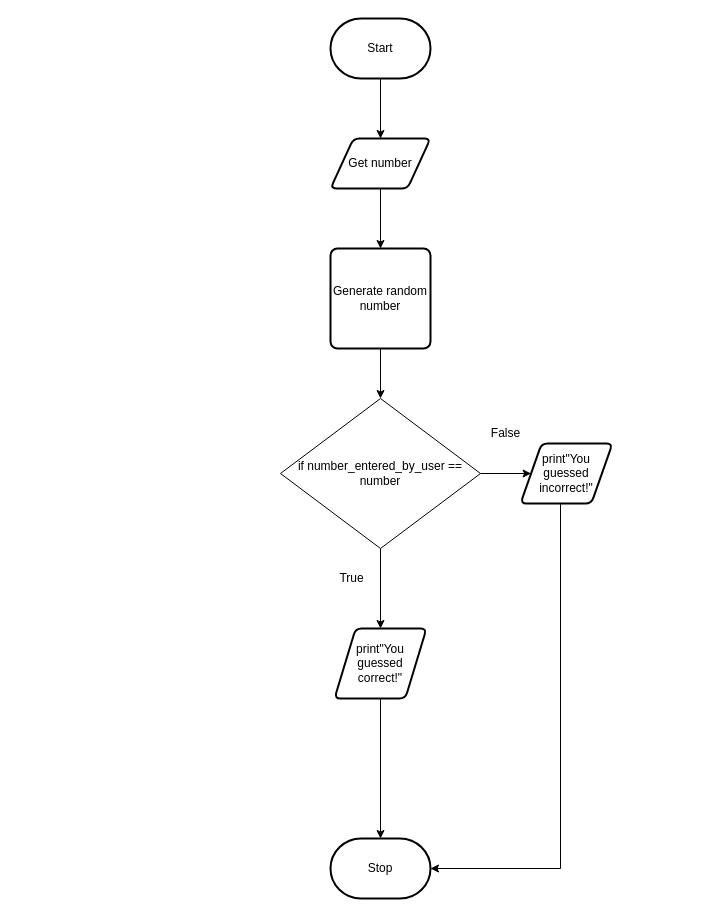
Above: flowchart.drawio in michael-clermont1/ICS3U-Unit3-08-Python (draw.io), before the change. Source tidied: cells renumbered, new cells numbered last; positions are measured from the earlier drawing's top-left corner, leaving out a move shared by most shapes. Both pictures are drawn from the tidied source at 100%, with x=0, y=0 at pixel (280, 18).
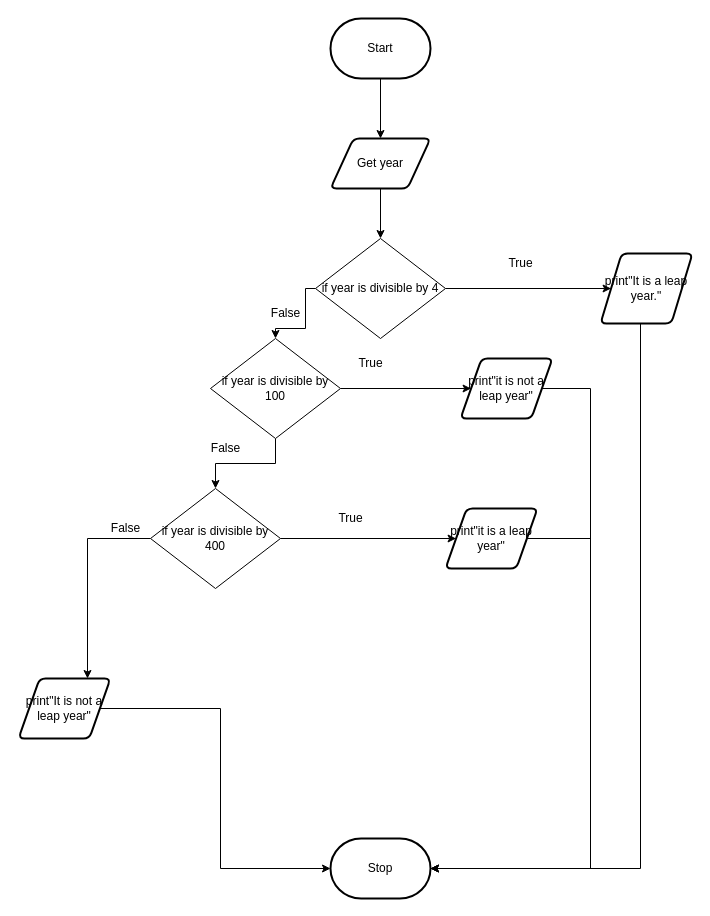
After the change.

The change refers to these unchanged cells:
```xml
<mxCell id="5" value="Start" style="strokeWidth=2;html=1;shape=mxgraph.flowchart.terminator;whiteSpace=wrap;" parent="1" vertex="1">
  <mxGeometry x="50" width="100" height="60" as="geometry" />
</mxCell>
<mxCell id="6" value="Stop" style="strokeWidth=2;html=1;shape=mxgraph.flowchart.terminator;whiteSpace=wrap;" parent="1" vertex="1">
  <mxGeometry x="50" y="820" width="100" height="60" as="geometry" />
</mxCell>
```

The edit, as a diff of the source:
```diff
@@
-    <mxCell id="2" style="edgeStyle=orthogonalEdgeStyle;rounded=0;html=1;exitX=0.5;exitY=1;exitDx=0;exitDy=0;entryX=0.5;entryY=0;entryDx=0;entryDy=0;" parent="1" edge="1" source="3" target="17">
-      <mxGeometry relative="1" as="geometry" />
-    </mxCell>
+    <mxCell id="18" style="edgeStyle=orthogonalEdgeStyle;rounded=0;html=1;entryX=0.5;entryY=0;entryDx=0;entryDy=0;" parent="1" edge="1" source="3" target="13">
+      <mxGeometry relative="1" as="geometry" />
+    </mxCell>
-    <mxCell id="3" value="Get number" style="shape=parallelogram;html=1;strokeWidth=2;perimeter=parallelogramPerimeter;whiteSpace=wrap;rounded=1;arcSize=12;size=0.23;" parent="1" vertex="1">
+    <mxCell id="3" value="Get year" style="shape=parallelogram;html=1;strokeWidth=2;perimeter=parallelogramPerimeter;whiteSpace=wrap;rounded=1;arcSize=12;size=0.23;" parent="1" vertex="1">
       <mxGeometry x="50" y="120" width="100" height="50" as="geometry" />
     </mxCell>
-    <mxCell id="4" style="edgeStyle=orthogonalEdgeStyle;rounded=0;html=1;entryX=0.5;entryY=0;entryDx=0;entryDy=0;" parent="1" edge="1" source="5" target="3">
+    <mxCell id="4" style="edgeStyle=orthogonalEdgeStyle;rounded=0;html=1;" parent="1" edge="1" source="5" target="3">
       <mxGeometry relative="1" as="geometry" />
     </mxCell>
@@
-    <mxCell id="7" style="edgeStyle=orthogonalEdgeStyle;rounded=0;html=1;entryX=0.5;entryY=0;entryDx=0;entryDy=0;entryPerimeter=0;" parent="1" edge="1" source="8" target="6">
-      <mxGeometry relative="1" as="geometry" />
-    </mxCell>
-    <mxCell id="8" value="print&quot;You guessed correct!&quot;" style="shape=parallelogram;html=1;strokeWidth=2;perimeter=parallelogramPerimeter;whiteSpace=wrap;rounded=1;arcSize=12;size=0.23;" parent="1" vertex="1">
-      <mxGeometry x="54" y="610" width="92" height="70" as="geometry" />
-    </mxCell>
-    <mxCell id="9" style="edgeStyle=orthogonalEdgeStyle;rounded=0;html=1;entryX=1;entryY=0.5;entryDx=0;entryDy=0;entryPerimeter=0;" parent="1" edge="1" source="10" target="6">
-      <mxGeometry relative="1" as="geometry">
-        <Array as="points">
-          <mxPoint x="280" y="850" />
-        </Array>
-      </mxGeometry>
+    <mxCell id="9" style="edgeStyle=orthogonalEdgeStyle;rounded=0;html=1;entryX=0;entryY=0.5;entryDx=0;entryDy=0;entryPerimeter=0;" parent="1" edge="1" source="10" target="6">
+      <mxGeometry relative="1" as="geometry" />
     </mxCell>
-    <mxCell id="10" value="print&quot;You guessed incorrect!&quot;" style="shape=parallelogram;html=1;strokeWidth=2;perimeter=parallelogramPerimeter;whiteSpace=wrap;rounded=1;arcSize=12;size=0.23;" parent="1" vertex="1">
-      <mxGeometry x="240" y="425" width="92" height="60" as="geometry" />
+    <mxCell id="10" value="print&quot;It is not a leap year&quot;" style="shape=parallelogram;html=1;strokeWidth=2;perimeter=parallelogramPerimeter;whiteSpace=wrap;rounded=1;arcSize=12;size=0.23;" parent="1" vertex="1">
+      <mxGeometry x="-262" y="660" width="92" height="60" as="geometry" />
     </mxCell>
-    <mxCell id="11" style="edgeStyle=none;html=1;entryX=0.5;entryY=0;entryDx=0;entryDy=0;" parent="1" edge="1" source="13" target="8">
-      <mxGeometry relative="1" as="geometry" />
-    </mxCell>
-    <mxCell id="12" style="edgeStyle=orthogonalEdgeStyle;html=1;entryX=0;entryY=0.5;entryDx=0;entryDy=0;" parent="1" edge="1" source="13" target="10">
-      <mxGeometry relative="1" as="geometry" />
-    </mxCell>
+    <mxCell id="19" style="edgeStyle=orthogonalEdgeStyle;rounded=0;html=1;entryX=0;entryY=0.5;entryDx=0;entryDy=0;" parent="1" edge="1" source="13" target="34">
+      <mxGeometry relative="1" as="geometry" />
+    </mxCell>
+    <mxCell id="20" style="edgeStyle=orthogonalEdgeStyle;rounded=0;html=1;entryX=0.5;entryY=0;entryDx=0;entryDy=0;" parent="1" edge="1" source="13" target="23">
+      <mxGeometry relative="1" as="geometry">
+        <Array as="points">
+          <mxPoint x="25" y="270" />
+          <mxPoint x="25" y="310" />
+          <mxPoint x="-5" y="310" />
+        </Array>
+      </mxGeometry>
+    </mxCell>
-    <mxCell id="13" value="&lt;span&gt;if number_entered_by_user == number&lt;/span&gt;" style="rhombus;whiteSpace=wrap;html=1;" parent="1" vertex="1">
-      <mxGeometry y="380" width="200" height="150" as="geometry" />
+    <mxCell id="13" value="if year is divisible by 4" style="rhombus;whiteSpace=wrap;html=1;" parent="1" vertex="1">
+      <mxGeometry x="35" y="220" width="130" height="100" as="geometry" />
     </mxCell>
     <mxCell id="14" value="False" style="text;html=1;align=center;verticalAlign=middle;fillColor=none;strokeColor=none;rounded=0;" parent="1" vertex="1">
-      <mxGeometry x="200" y="405" width="50" height="20" as="geometry" />
+      <mxGeometry x="-80" y="420" width="50" height="20" as="geometry" />
     </mxCell>
     <mxCell id="15" value="True" style="text;html=1;align=center;verticalAlign=middle;fillColor=none;strokeColor=none;rounded=0;" parent="1" vertex="1">
-      <mxGeometry x="51" y="550" width="40" height="20" as="geometry" />
+      <mxGeometry x="70" y="335" width="40" height="20" as="geometry" />
     </mxCell>
-    <mxCell id="16" style="edgeStyle=orthogonalEdgeStyle;rounded=0;html=1;entryX=0.5;entryY=0;entryDx=0;entryDy=0;" parent="1" edge="1" source="17" target="13">
-      <mxGeometry relative="1" as="geometry" />
-    </mxCell>
-    <mxCell id="17" value="Generate random number" style="rounded=1;whiteSpace=wrap;html=1;absoluteArcSize=1;arcSize=14;strokeWidth=2;" parent="1" vertex="1">
-      <mxGeometry x="50" y="230" width="100" height="100" as="geometry" />
-    </mxCell>
+    <mxCell id="21" style="edgeStyle=orthogonalEdgeStyle;html=1;rounded=0;" parent="1" edge="1" source="23" target="28">
+      <mxGeometry relative="1" as="geometry" />
+    </mxCell>
+    <mxCell id="22" style="edgeStyle=orthogonalEdgeStyle;rounded=0;html=1;entryX=0.5;entryY=0;entryDx=0;entryDy=0;" parent="1" edge="1" source="23" target="26">
+      <mxGeometry relative="1" as="geometry" />
+    </mxCell>
+    <mxCell id="23" value="if year is divisible by 100" style="rhombus;whiteSpace=wrap;html=1;" parent="1" vertex="1">
+      <mxGeometry x="-70" y="320" width="130" height="100" as="geometry" />
+    </mxCell>
+    <mxCell id="24" style="edgeStyle=orthogonalEdgeStyle;rounded=0;html=1;entryX=0;entryY=0.5;entryDx=0;entryDy=0;" parent="1" edge="1" source="26" target="30">
+      <mxGeometry relative="1" as="geometry" />
+    </mxCell>
+    <mxCell id="25" style="edgeStyle=orthogonalEdgeStyle;rounded=0;html=1;entryX=0.75;entryY=0;entryDx=0;entryDy=0;" parent="1" edge="1" source="26" target="10">
+      <mxGeometry relative="1" as="geometry" />
+    </mxCell>
+    <mxCell id="26" value="if year is divisible by 400" style="rhombus;whiteSpace=wrap;html=1;" parent="1" vertex="1">
+      <mxGeometry x="-130" y="470" width="130" height="100" as="geometry" />
+    </mxCell>
+    <mxCell id="27" style="edgeStyle=orthogonalEdgeStyle;rounded=0;html=1;entryX=1;entryY=0.5;entryDx=0;entryDy=0;entryPerimeter=0;" parent="1" edge="1" source="28" target="6">
+      <mxGeometry relative="1" as="geometry">
+        <Array as="points">
+          <mxPoint x="310" y="370" />
+          <mxPoint x="310" y="850" />
+        </Array>
+      </mxGeometry>
+    </mxCell>
+    <mxCell id="28" value="print&quot;it is not a leap year&quot;" style="shape=parallelogram;html=1;strokeWidth=2;perimeter=parallelogramPerimeter;whiteSpace=wrap;rounded=1;arcSize=12;size=0.23;" parent="1" vertex="1">
+      <mxGeometry x="180" y="340" width="92" height="60" as="geometry" />
+    </mxCell>
+    <mxCell id="29" style="edgeStyle=orthogonalEdgeStyle;rounded=0;html=1;" parent="1" edge="1" source="30">
+      <mxGeometry relative="1" as="geometry">
+        <mxPoint x="150" y="850" as="targetPoint" />
+        <Array as="points">
+          <mxPoint x="310" y="520" />
+          <mxPoint x="310" y="850" />
+        </Array>
+      </mxGeometry>
+    </mxCell>
+    <mxCell id="30" value="print&quot;it is a leap year&quot;" style="shape=parallelogram;html=1;strokeWidth=2;perimeter=parallelogramPerimeter;whiteSpace=wrap;rounded=1;arcSize=12;size=0.23;" parent="1" vertex="1">
+      <mxGeometry x="165" y="490" width="92" height="60" as="geometry" />
+    </mxCell>
+    <mxCell id="31" value="True" style="text;html=1;align=center;verticalAlign=middle;fillColor=none;strokeColor=none;rounded=0;" parent="1" vertex="1">
+      <mxGeometry x="50" y="490" width="40" height="20" as="geometry" />
+    </mxCell>
+    <mxCell id="32" value="False" style="text;html=1;align=center;verticalAlign=middle;fillColor=none;strokeColor=none;rounded=0;" parent="1" vertex="1">
+      <mxGeometry x="-180" y="500" width="50" height="20" as="geometry" />
+    </mxCell>
+    <mxCell id="33" style="edgeStyle=orthogonalEdgeStyle;rounded=0;html=1;entryX=1;entryY=0.5;entryDx=0;entryDy=0;entryPerimeter=0;" parent="1" edge="1" source="34" target="6">
+      <mxGeometry relative="1" as="geometry">
+        <Array as="points">
+          <mxPoint x="360" y="850" />
+        </Array>
+      </mxGeometry>
+    </mxCell>
+    <mxCell id="34" value="print&quot;It is a leap year.&quot;" style="shape=parallelogram;html=1;strokeWidth=2;perimeter=parallelogramPerimeter;whiteSpace=wrap;rounded=1;arcSize=12;size=0.23;" parent="1" vertex="1">
+      <mxGeometry x="320" y="235" width="92" height="70" as="geometry" />
+    </mxCell>
+    <mxCell id="35" value="True" style="text;html=1;align=center;verticalAlign=middle;fillColor=none;strokeColor=none;rounded=0;" parent="1" vertex="1">
+      <mxGeometry x="220" y="235" width="40" height="20" as="geometry" />
+    </mxCell>
+    <mxCell id="36" value="False" style="text;html=1;align=center;verticalAlign=middle;fillColor=none;strokeColor=none;rounded=0;" parent="1" vertex="1">
+      <mxGeometry x="-20" y="285" width="50" height="20" as="geometry" />
+    </mxCell>
```
